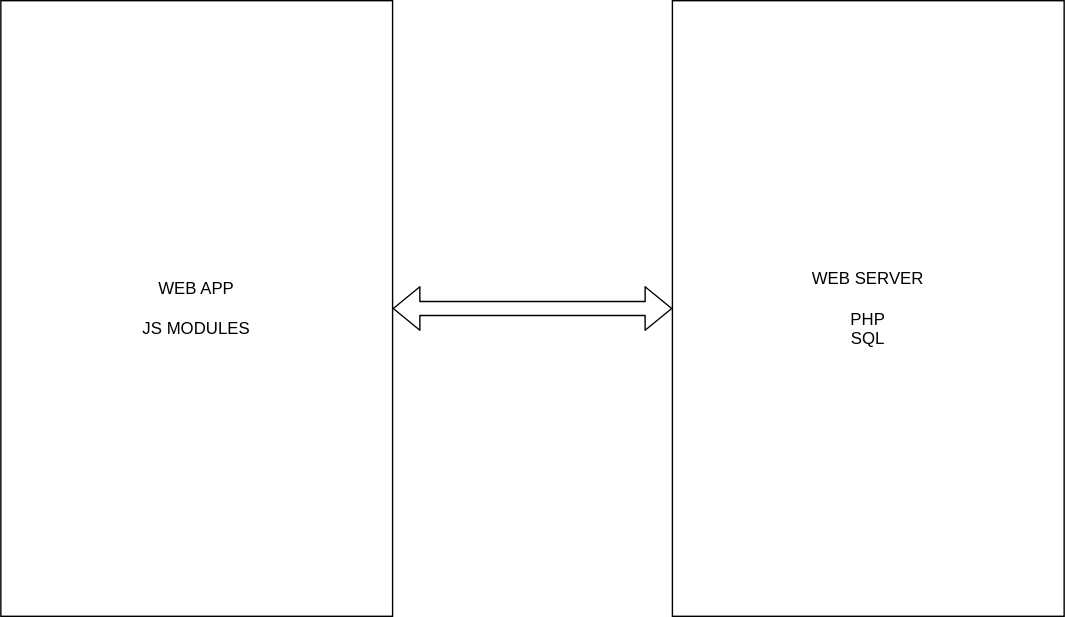
applh/gaia keeps this draw.io diagram as media/architecture.drawio.svg. Above is the earlier version. Source tidied: cells renumbered, new cells last; positions are measured from the earlier drawing's top-left corner, leaving out a move shared by most shapes. The source it was exported from:
```xml
<mxGraphModel>
  <root>
    <mxCell id="0" />
    <mxCell id="1" parent="0" />
    <mxCell id="2" value="WEB APP&lt;br&gt;&lt;br&gt;JS MODULES" style="rounded=0;whiteSpace=wrap;html=1;" parent="1" vertex="1">
      <mxGeometry width="280" height="440" as="geometry" />
    </mxCell>
    <mxCell id="3" value="WEB SERVER&lt;br&gt;&lt;br&gt;PHP&lt;br&gt;SQL" style="rounded=0;whiteSpace=wrap;html=1;" parent="1" vertex="1">
      <mxGeometry x="480" width="280" height="440" as="geometry" />
    </mxCell>
    <mxCell id="4" style="shape=flexArrow;endArrow=classic;startArrow=classic;html=1;entryX=0;entryY=0.5;entryDx=0;entryDy=0;exitX=1;exitY=0.5;exitDx=0;exitDy=0;" parent="1" edge="1" source="2" target="3">
      <mxGeometry relative="1" as="geometry" />
    </mxCell>
  </root>
</mxGraphModel>
```
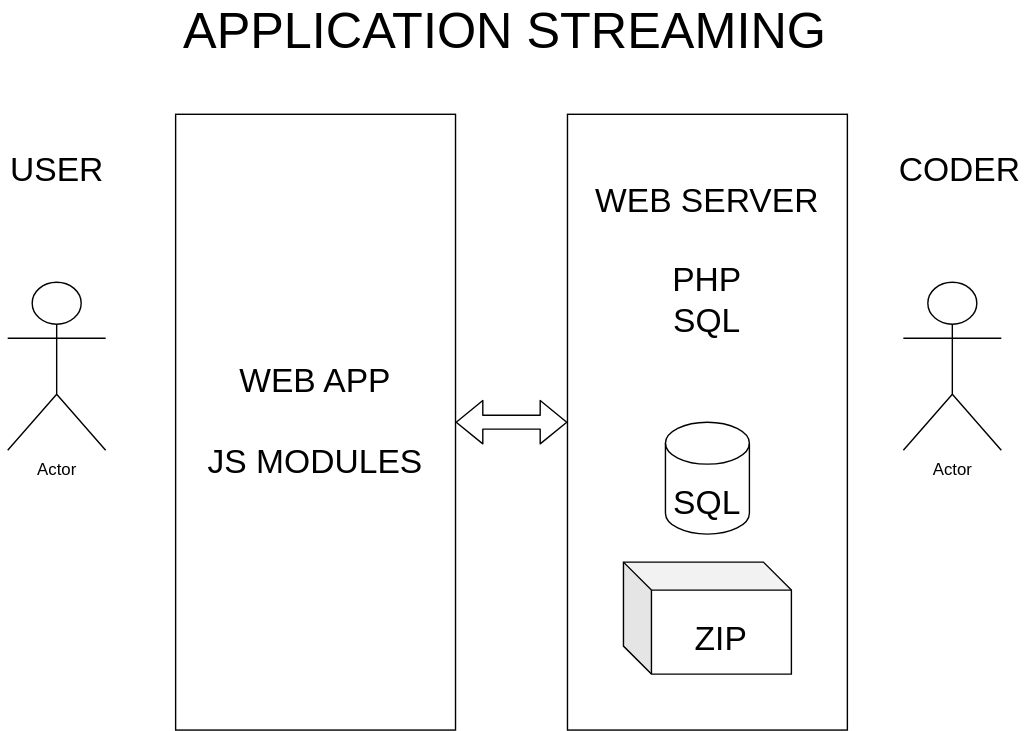
After the change.

The edit, as a diff of the source:
```diff
@@ -2,14 +2,35 @@
   <root>
     <mxCell id="0" />
     <mxCell id="1" parent="0" />
-    <mxCell id="2" value="WEB APP&lt;br&gt;&lt;br&gt;JS MODULES" style="rounded=0;whiteSpace=wrap;html=1;" parent="1" vertex="1">
-      <mxGeometry width="280" height="440" as="geometry" />
+    <mxCell id="2" value="&lt;font style=&quot;font-size: 24px&quot;&gt;WEB APP&lt;br&gt;&lt;br&gt;JS MODULES&lt;/font&gt;" style="rounded=0;whiteSpace=wrap;html=1;" parent="1" vertex="1">
+      <mxGeometry x="120" width="200" height="440" as="geometry" />
     </mxCell>
-    <mxCell id="3" value="WEB SERVER&lt;br&gt;&lt;br&gt;PHP&lt;br&gt;SQL" style="rounded=0;whiteSpace=wrap;html=1;" parent="1" vertex="1">
-      <mxGeometry x="480" width="280" height="440" as="geometry" />
+    <mxCell id="3" value="&lt;font style=&quot;font-size: 24px&quot;&gt;WEB SERVER&lt;br&gt;&lt;br&gt;PHP&lt;br&gt;SQL&lt;br&gt;&lt;br&gt;&lt;br&gt;&lt;br&gt;&lt;br&gt;&lt;br&gt;&lt;br&gt;&lt;br&gt;&lt;br&gt;&lt;/font&gt;" style="rounded=0;whiteSpace=wrap;html=1;" parent="1" vertex="1">
+      <mxGeometry x="400" width="200" height="440" as="geometry" />
     </mxCell>
     <mxCell id="4" style="shape=flexArrow;endArrow=classic;startArrow=classic;html=1;entryX=0;entryY=0.5;entryDx=0;entryDy=0;exitX=1;exitY=0.5;exitDx=0;exitDy=0;" parent="1" edge="1" source="2" target="3">
       <mxGeometry relative="1" as="geometry" />
     </mxCell>
+    <mxCell id="5" value="Actor" style="shape=umlActor;verticalLabelPosition=bottom;verticalAlign=top;html=1;" parent="1" vertex="1">
+      <mxGeometry y="120" width="70" height="120" as="geometry" />
+    </mxCell>
+    <mxCell id="6" value="Actor" style="shape=umlActor;verticalLabelPosition=bottom;verticalAlign=top;html=1;" parent="1" vertex="1">
+      <mxGeometry x="640" y="120" width="70" height="120" as="geometry" />
+    </mxCell>
+    <mxCell id="7" value="&lt;font style=&quot;font-size: 24px&quot;&gt;USER&lt;/font&gt;" style="text;html=1;align=center;verticalAlign=middle;strokeColor=none;fillColor=none;" parent="1" vertex="1">
+      <mxGeometry x="-5" y="30" width="80" height="20" as="geometry" />
+    </mxCell>
+    <mxCell id="8" value="&lt;font style=&quot;font-size: 24px&quot;&gt;CODER&lt;/font&gt;" style="text;html=1;align=center;verticalAlign=middle;strokeColor=none;fillColor=none;" parent="1" vertex="1">
+      <mxGeometry x="630" y="30" width="100" height="20" as="geometry" />
+    </mxCell>
+    <mxCell id="9" value="&lt;font style=&quot;font-size: 36px&quot;&gt;APPLICATION STREAMING&lt;/font&gt;" style="text;html=1;align=center;verticalAlign=middle;strokeColor=none;fillColor=none;fontSize=24;" parent="1" vertex="1">
+      <mxGeometry x="120" y="-80" width="470" height="40" as="geometry" />
+    </mxCell>
+    <mxCell id="10" value="&lt;font style=&quot;font-size: 24px&quot;&gt;SQL&lt;/font&gt;" style="shape=cylinder3;whiteSpace=wrap;html=1;boundedLbl=1;backgroundOutline=1;size=15;fontSize=36;" parent="1" vertex="1">
+      <mxGeometry x="470" y="220" width="60" height="80" as="geometry" />
+    </mxCell>
+    <mxCell id="11" value="&lt;font style=&quot;font-size: 24px&quot;&gt;ZIP&lt;/font&gt;" style="shape=cube;whiteSpace=wrap;html=1;boundedLbl=1;backgroundOutline=1;darkOpacity=0.05;darkOpacity2=0.1;fontSize=36;" parent="1" vertex="1">
+      <mxGeometry x="440" y="320" width="120" height="80" as="geometry" />
+    </mxCell>
   </root>
 </mxGraphModel>
```
